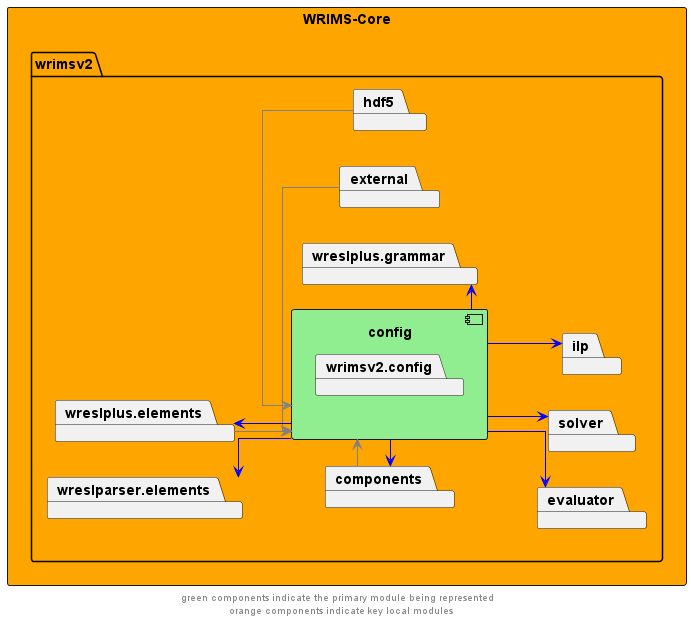
Earlier version of the PlantUML export docs/diagrams/wrims-core/wrims-core_config.png (CentralValleyModeling/wrims).
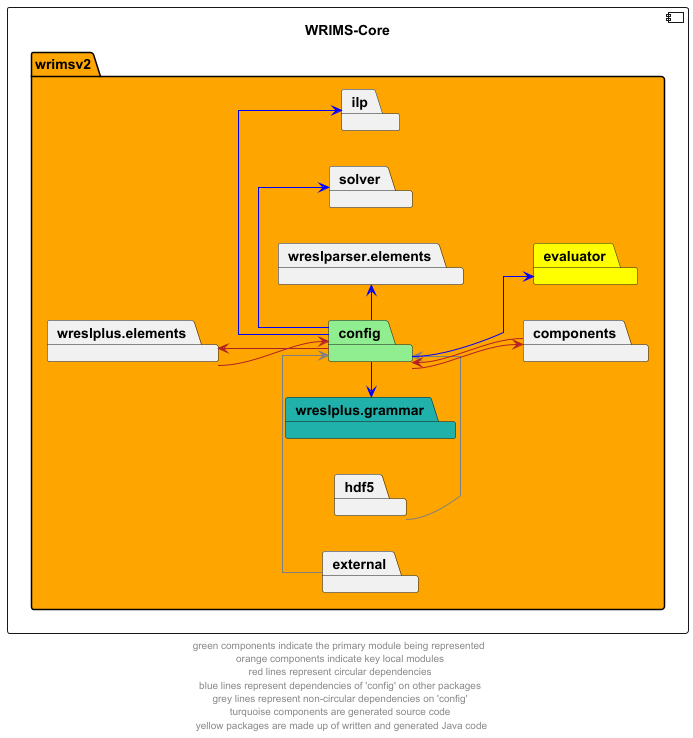
The same file after the commit.

What changed in the source:
```diff
@@ -2,37 +2,33 @@
 left to right direction
 skinparam linetype ortho
 
-rectangle wrims_core as "WRIMS-Core" #orange {
-    package wrimsv2 {
-        package config {
-            component config #lightgreen {
-                package wrimsv2.config
-            }
-        }
+component wrims_core as "WRIMS-Core" {
+    package wrimsv2 #orange {
+        package config #lightgreen
         package components
-        package evaluator
+        package evaluator #yellow
         package external
         package hdf5
         package ilp
         package solver
         package wreslparser.elements
         package wreslplus.elements
-        package wreslplus.grammar
+        package wreslplus.grammar #lightseagreen
     }
 }
 
 hdf5 -> config #grey
 external -> config #grey
 
-config -r-> components #blue
-components --> config #grey
-config -r->  wreslplus.elements #blue
-wreslplus.elements --> config #grey
+config --> components #firebrick
+components --> config #firebrick
+config -l->  wreslplus.elements #firebrick
+wreslplus.elements --> config #firebrick
 
 config -d->  evaluator #blue
-config -d->  ilp #blue
-config -d->  solver #blue
-config -d->  wreslparser.elements #blue
+config -r->  ilp #blue
+config -r->  solver #blue
+config -r->  wreslparser.elements #blue
 config -l->  wreslplus.grammar #blue
 
 config -r[hidden]-> evaluator
@@ -40,5 +36,5 @@
 wreslparser.elements -d[hidden]-> components
 wreslparser.elements -r[hidden]-> evaluator
 
-footer "green components indicate the primary module being represented \n orange components indicate key local modules"
+footer "green components indicate the primary module being represented \n orange components indicate key local modules \n red lines represent circular dependencies \n blue lines represent dependencies of 'config' on other packages \n grey lines represent non-circular dependencies on 'config' \n turquoise components are generated source code \n yellow packages are made up of written and generated Java code"
 @enduml
```
